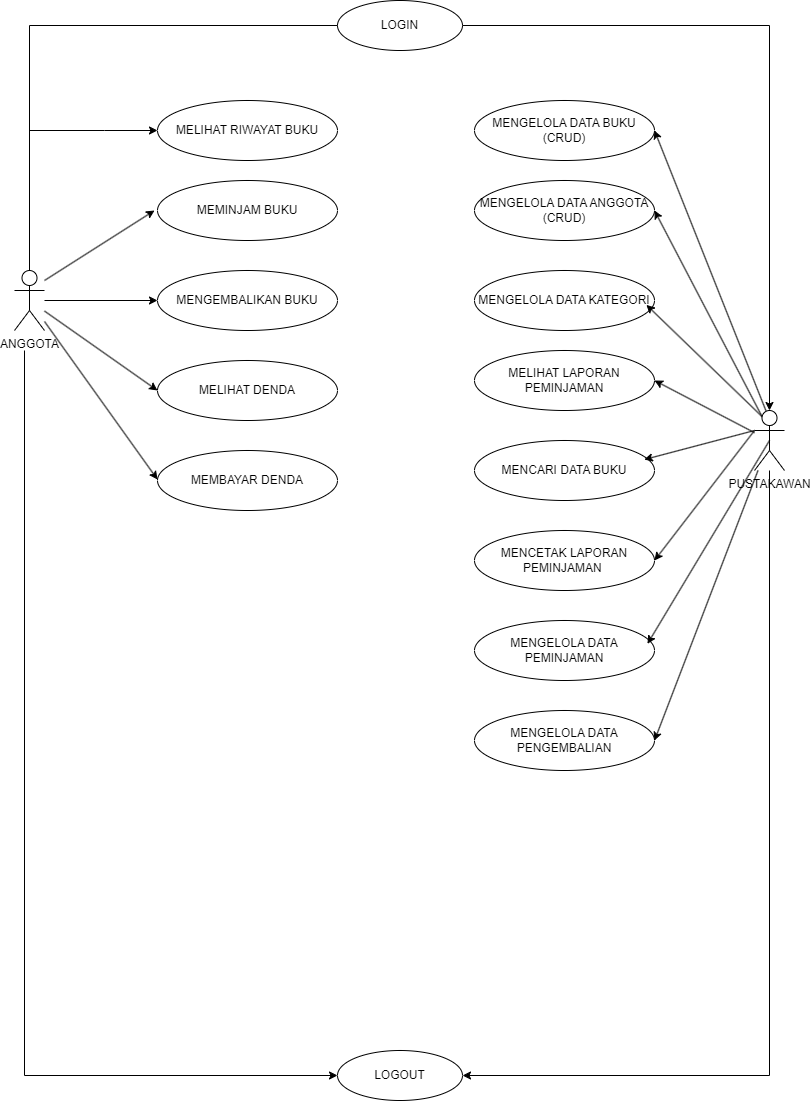
dheanaura/usecasediagram keeps this draw.io diagram as usecaseperpus.drawio.png. Above is the earlier version. Source tidied: cells renumbered, new cells last; positions are measured from the earlier drawing's top-left corner, leaving out a move shared by most shapes.
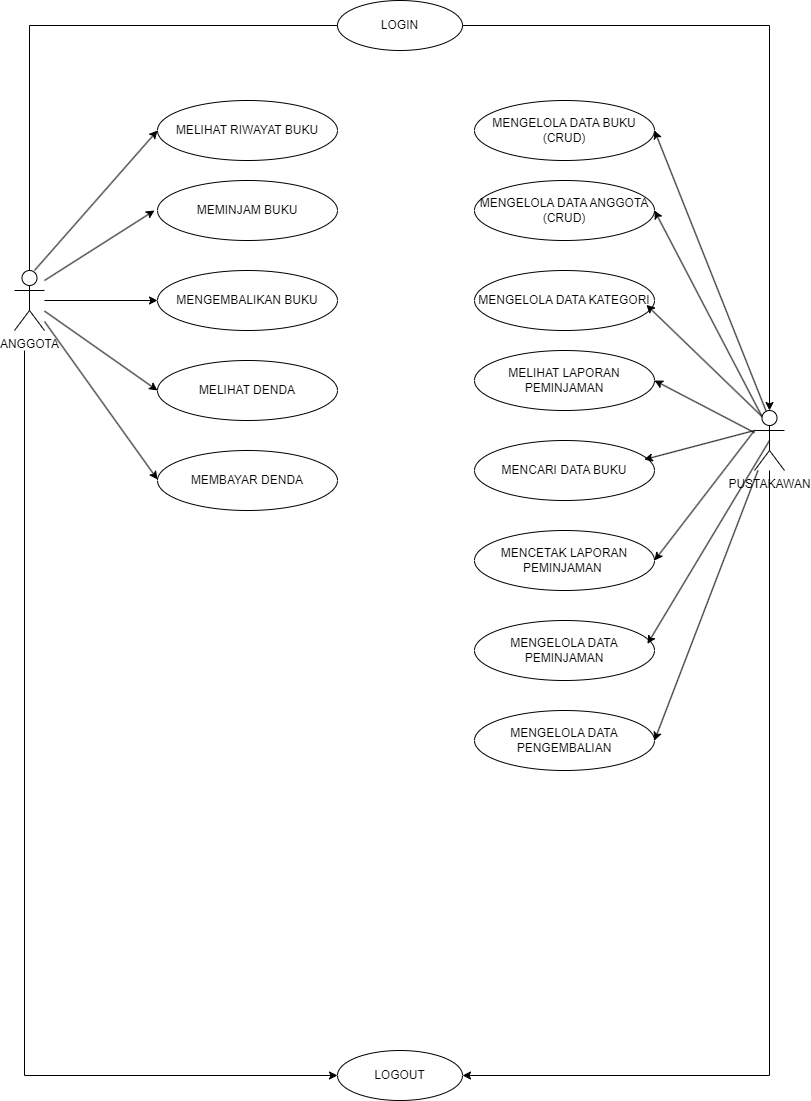
After the commit.

Diff of the diagram source:
```diff
@@ -2,14 +2,6 @@
   <root>
     <mxCell id="0" />
     <mxCell id="1" parent="0" />
-    <mxCell id="2" style="edgeStyle=orthogonalEdgeStyle;rounded=0;jettySize=auto;html=1;" parent="1" edge="1" source="4" target="9">
-      <mxGeometry relative="1" as="geometry">
-        <Array as="points">
-          <mxPoint x="90" y="130" />
-          <mxPoint x="90" y="130" />
-        </Array>
-      </mxGeometry>
-    </mxCell>
     <mxCell id="3" style="edgeStyle=orthogonalEdgeStyle;rounded=0;jettySize=auto;html=1;" parent="1" edge="1" source="4" target="8">
       <mxGeometry relative="1" as="geometry" />
     </mxCell>
@@ -127,5 +119,10 @@
     <mxCell id="35" style="endArrow=classic;html=1;rounded=0;entryX=1;entryY=0.5;entryDx=0;entryDy=0;" parent="1" edge="1" source="31" target="28">
       <mxGeometry relative="1" as="geometry" />
     </mxCell>
+    <mxCell id="36" style="endArrow=classic;html=1;rounded=0;entryX=0;entryY=0.5;entryDx=0;entryDy=0;" parent="1" edge="1" target="9">
+      <mxGeometry relative="1" as="geometry">
+        <mxPoint x="20" y="270" as="sourcePoint" />
+      </mxGeometry>
+    </mxCell>
   </root>
 </mxGraphModel>
```
